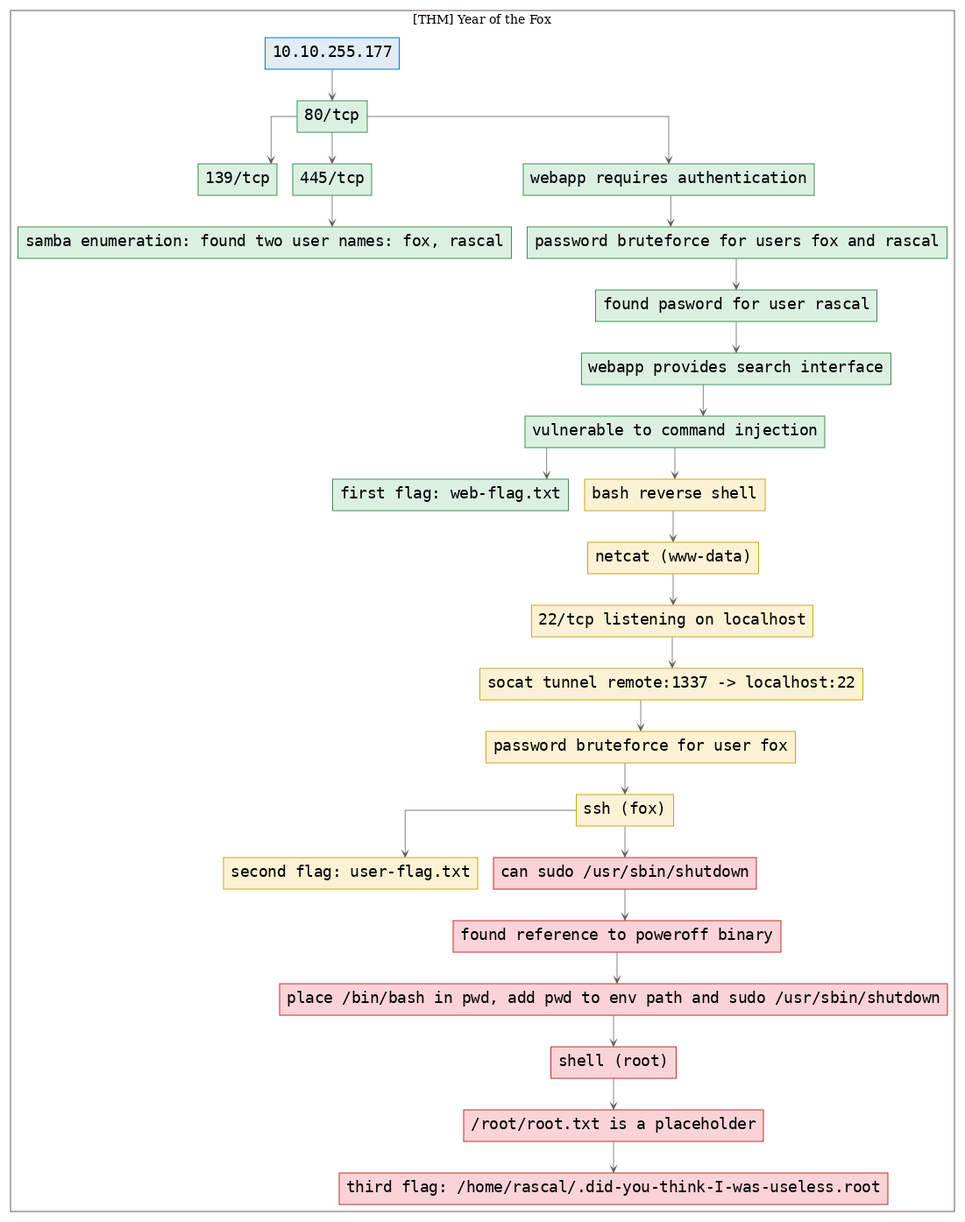
Earlier version of the Graphviz export thm.yotf/killchain.png (7h3rAm/writeups). Its source is kept beside it as thm.yotf/killchain.dot. Source of this version:
```dot
digraph G {
  #rankdir=LR;
  nodesdictep=1.0; splines="ortho"; K=0.6; overlap=scale; fixedsize=true; resolution=72; bgcolor="#ffffff"; outputorder="edgesfirst";
  node [fontname="courier" fontsize=18 shape=box width=0.25 fillcolor="white" style="filled,solid"];
  edge [style=solid color="#665957" penwidth=0.75 arrowhead=vee arrowsize=0.75 ];

  0[label="10.10.255.177" color="#0077cc" fillcolor="#e1ecf4" tooltip="[THM] Year of the Fox"];
  10[label="22/tcp listening on localhost" color="#cea51b" fillcolor="#fbf2d4" tooltip="Phase #2:Exploitation"];
  11[label="socat tunnel remote:1337 -> localhost:22" color="#cea51b" fillcolor="#fbf2d4" tooltip="Phase #2:Exploitation"];
  12[label="password bruteforce for user fox" color="#cea51b" fillcolor="#fbf2d4" tooltip="Phase #2:Exploitation"];
  13[label="ssh (fox)" color="#cea51b" fillcolor="#fbf2d4" tooltip="Phase #2:Exploitation"];
  14[label="second flag: user-flag.txt" color="#cea51b" fillcolor="#fbf2d4" tooltip="Phase #2:Exploitation"];
  15[label="can sudo /usr/sbin/shutdown" color="#c02d2e" fillcolor="#f9d3d7" tooltip="Phase #3:Privilege Escalation"];
  16[label="found reference to poweroff binary" color="#c02d2e" fillcolor="#f9d3d7" tooltip="Phase #3:Privilege Escalation"];
  17[label="place /bin/bash in pwd, add pwd to env path and sudo /usr/sbin/shutdown" color="#c02d2e" fillcolor="#f9d3d7" tooltip="Phase #3:Privilege Escalation"];
  18[label="shell (root)" color="#c02d2e" fillcolor="#f9d3d7" tooltip="Phase #3:Privilege Escalation"];
  19[label="/root/root.txt is a placeholder" color="#c02d2e" fillcolor="#f9d3d7" tooltip="Phase #3:Privilege Escalation"];
  1[label="80/tcp" color="#3d8f58" fillcolor="#dcf0e2" tooltip="Phase #1:Enumeration"];
  20[label="third flag: /home/rascal/.did-you-think-I-was-useless.root" color="#c02d2e" fillcolor="#f9d3d7" tooltip="Phase #3:Privilege Escalation"];
  21[label="139/tcp" color="#3d8f58" fillcolor="#dcf0e2" tooltip="Phase #1:Enumeration"];
  22[label="445/tcp" color="#3d8f58" fillcolor="#dcf0e2" tooltip="Phase #1:Enumeration"];
  23[label="samba enumeration: found two user names: fox, rascal" color="#3d8f58" fillcolor="#dcf0e2" tooltip="Phase #1:Enumeration"];
  2[label="webapp requires authentication" color="#3d8f58" fillcolor="#dcf0e2" tooltip="Phase #1:Enumeration"];
  3[label="password bruteforce for users fox and rascal" color="#3d8f58" fillcolor="#dcf0e2" tooltip="Phase #1:Enumeration"];
  4[label="found pasword for user rascal" color="#3d8f58" fillcolor="#dcf0e2" tooltip="Phase #1:Enumeration"];
  5[label="webapp provides search interface" color="#3d8f58" fillcolor="#dcf0e2" tooltip="Phase #1:Enumeration"];
  6[label="vulnerable to command injection" color="#3d8f58" fillcolor="#dcf0e2" tooltip="Phase #1:Enumeration"];
  7[label="first flag: web-flag.txt" color="#3d8f58" fillcolor="#dcf0e2" tooltip="Phase #1:Enumeration"];
  8[label="bash reverse shell" color="#cea51b" fillcolor="#fbf2d4" tooltip="Phase #2:Exploitation"];
  9[label="netcat (www-data)" color="#cea51b" fillcolor="#fbf2d4" tooltip="Phase #2:Exploitation"];

  subgraph cluster_0 {
    node [style="filled,solid"];
    label = "[THM] Year of the Fox";
    color = "#665957";
    0 -> 1 [color="#665957"];
    1 -> 2 [color="#665957"];
    1 -> 21 [color="#665957"];
    1 -> 22 [color="#665957"];
    10 -> 11 [color="#665957"];
    11 -> 12 [color="#665957"];
    12 -> 13 [color="#665957"];
    13 -> 14 [color="#665957"];
    13 -> 15 [color="#665957"];
    15 -> 16 [color="#665957"];
    16 -> 17 [color="#665957"];
    17 -> 18 [color="#665957"];
    18 -> 19 [color="#665957"];
    19 -> 20 [color="#665957"];
    2 -> 3 [color="#665957"];
    22 -> 23 [color="#665957"];
    3 -> 4 [color="#665957"];
    4 -> 5 [color="#665957"];
    5 -> 6 [color="#665957"];
    6 -> 7 [color="#665957"];
    6 -> 8 [color="#665957"];
    8 -> 9 [color="#665957"];
    9 -> 10 [color="#665957"];
  }
}
```
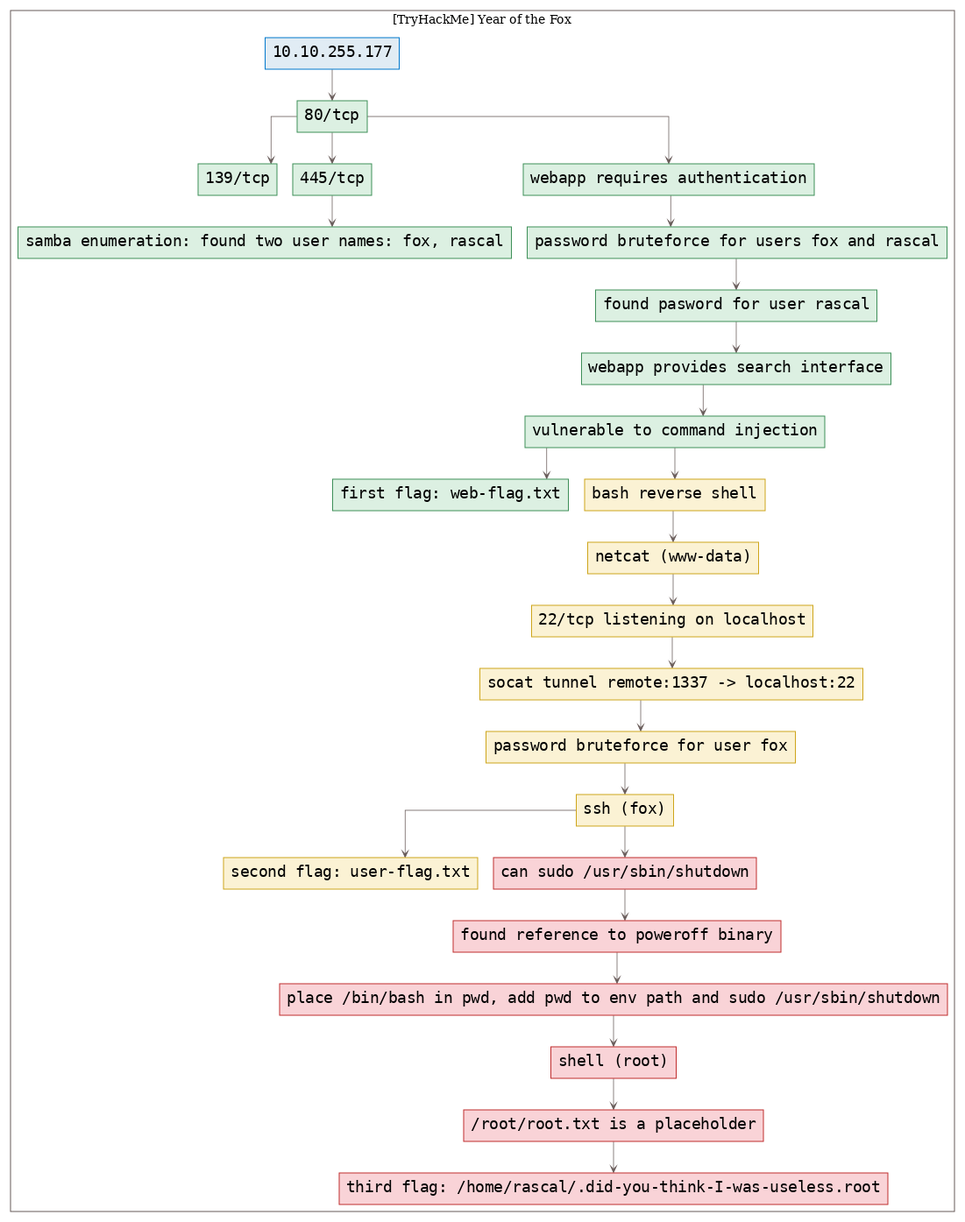
After the commit.

Change to the diagram source:
```diff
@@ -4,7 +4,7 @@
   node [fontname="courier" fontsize=18 shape=box width=0.25 fillcolor="white" style="filled,solid"];
   edge [style=solid color="#665957" penwidth=0.75 arrowhead=vee arrowsize=0.75 ];
 
-  0[label="10.10.255.177" color="#0077cc" fillcolor="#e1ecf4" tooltip="[THM] Year of the Fox"];
+  0[label="10.10.255.177" color="#0077cc" fillcolor="#e1ecf4" tooltip="[TryHackMe] Year of the Fox"];
   10[label="22/tcp listening on localhost" color="#cea51b" fillcolor="#fbf2d4" tooltip="Phase #2:Exploitation"];
   11[label="socat tunnel remote:1337 -> localhost:22" color="#cea51b" fillcolor="#fbf2d4" tooltip="Phase #2:Exploitation"];
   12[label="password bruteforce for user fox" color="#cea51b" fillcolor="#fbf2d4" tooltip="Phase #2:Exploitation"];
@@ -31,7 +31,7 @@
 
   subgraph cluster_0 {
     node [style="filled,solid"];
-    label = "[THM] Year of the Fox";
+    label = "[TryHackMe] Year of the Fox";
     color = "#665957";
     0 -> 1 [color="#665957"];
     1 -> 2 [color="#665957"];
```
